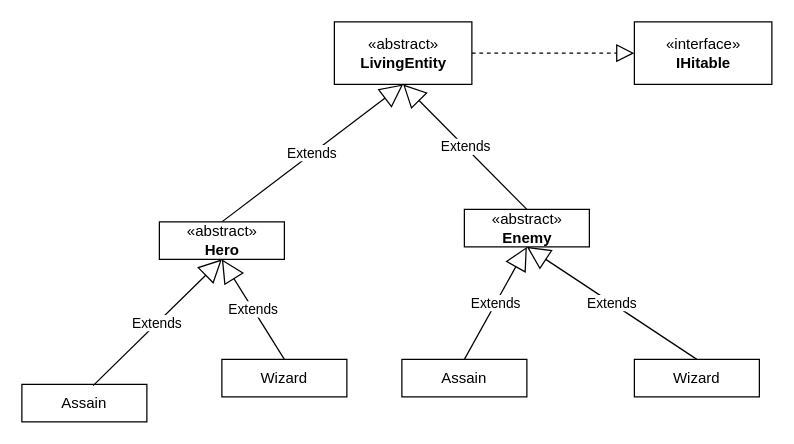
Earlier version of the draw.io diagram page "LivingEntiy" (3 of 5) of KaiGame_01.drawio (HiamKaito/KaiGame_01). Source tidied: cells renumbered, new cells numbered last; positions are measured from the earlier drawing's top-left corner, leaving out a move shared by most shapes. Both pictures are drawn from the tidied source at 125%, with x=0, y=0 at pixel (21, 21).
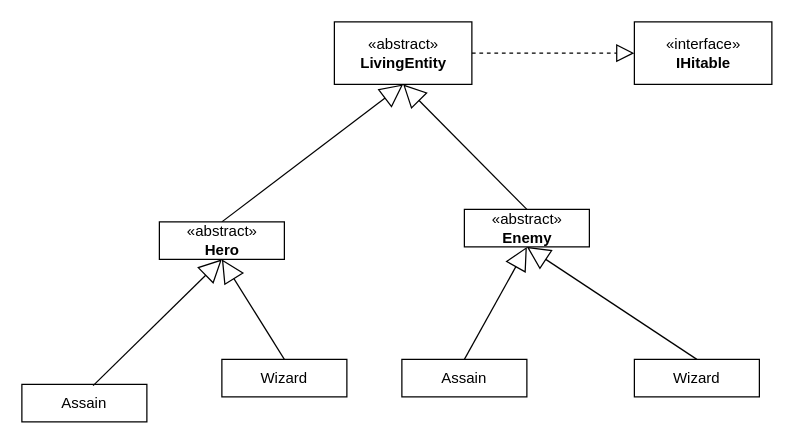
The same diagram, later.

Change to the diagram source:
```diff
@@
 <mxGraphModel>
   <root>
     <mxCell id="0" />
     <mxCell id="1" parent="0" />
-    <mxCell id="2" value="Extends" style="endArrow=block;endSize=16;endFill=0;html=1;exitX=0.5;exitY=0;exitDx=0;exitDy=0;entryX=0.5;entryY=1;entryDx=0;entryDy=0;" parent="1" edge="1" source="15" target="14">
+    <mxCell id="2" style="endArrow=block;endSize=16;endFill=0;html=1;exitX=0.5;exitY=0;exitDx=0;exitDy=0;entryX=0.5;entryY=1;entryDx=0;entryDy=0;" parent="1" edge="1" source="15" target="14">
       <mxGeometry relative="1" as="geometry" />
     </mxCell>
-    <mxCell id="3" value="Extends" style="endArrow=block;endSize=16;endFill=0;html=1;exitX=0.5;exitY=0;exitDx=0;exitDy=0;entryX=0.5;entryY=1;entryDx=0;entryDy=0;" parent="1" edge="1" source="16" target="14">
+    <mxCell id="3" style="endArrow=block;endSize=16;endFill=0;html=1;exitX=0.5;exitY=0;exitDx=0;exitDy=0;entryX=0.5;entryY=1;entryDx=0;entryDy=0;" parent="1" edge="1" source="16" target="14">
       <mxGeometry relative="1" as="geometry" />
     </mxCell>
     <mxCell id="4" style="endArrow=block;dashed=1;endFill=0;endSize=12;html=1;exitX=1;exitY=0.5;exitDx=0;exitDy=0;entryX=0;entryY=0.5;entryDx=0;entryDy=0;" parent="1" edge="1" source="14" target="13">
       <mxGeometry relative="1" as="geometry" />
     </mxCell>
     <mxCell id="5" value="Assain" style="rounded=0;whiteSpace=wrap;html=1;" parent="1" vertex="1">
       <mxGeometry y="290" width="100" height="30" as="geometry" />
     </mxCell>
     <mxCell id="6" value="Wizard" style="rounded=0;whiteSpace=wrap;html=1;" parent="1" vertex="1">
       <mxGeometry x="160" y="270" width="100" height="30" as="geometry" />
     </mxCell>
     <mxCell id="7" value="Assain" style="rounded=0;whiteSpace=wrap;html=1;" parent="1" vertex="1">
       <mxGeometry x="304" y="270" width="100" height="30" as="geometry" />
     </mxCell>
     <mxCell id="8" value="Wizard" style="rounded=0;whiteSpace=wrap;html=1;" parent="1" vertex="1">
       <mxGeometry x="490" y="270" width="100" height="30" as="geometry" />
     </mxCell>
-    <mxCell id="9" value="Extends" style="endArrow=block;endSize=16;endFill=0;html=1;exitX=0.57;exitY=0.033;exitDx=0;exitDy=0;exitPerimeter=0;entryX=0.5;entryY=1;entryDx=0;entryDy=0;" parent="1" edge="1" source="5" target="15">
+    <mxCell id="9" style="endArrow=block;endSize=16;endFill=0;html=1;exitX=0.57;exitY=0.033;exitDx=0;exitDy=0;exitPerimeter=0;entryX=0.5;entryY=1;entryDx=0;entryDy=0;" parent="1" edge="1" source="5" target="15">
       <mxGeometry relative="1" as="geometry" />
     </mxCell>
-    <mxCell id="10" value="Extends" style="endArrow=block;endSize=16;endFill=0;html=1;exitX=0.5;exitY=0;exitDx=0;exitDy=0;entryX=0.5;entryY=1;entryDx=0;entryDy=0;" parent="1" edge="1" source="6" target="15">
+    <mxCell id="10" style="endArrow=block;endSize=16;endFill=0;html=1;exitX=0.5;exitY=0;exitDx=0;exitDy=0;entryX=0.5;entryY=1;entryDx=0;entryDy=0;" parent="1" edge="1" source="6" target="15">
       <mxGeometry relative="1" as="geometry" />
     </mxCell>
-    <mxCell id="11" value="Extends" style="endArrow=block;endSize=16;endFill=0;html=1;exitX=0.5;exitY=0;exitDx=0;exitDy=0;entryX=0.5;entryY=1;entryDx=0;entryDy=0;" parent="1" edge="1" source="7" target="16">
+    <mxCell id="11" style="endArrow=block;endSize=16;endFill=0;html=1;exitX=0.5;exitY=0;exitDx=0;exitDy=0;entryX=0.5;entryY=1;entryDx=0;entryDy=0;" parent="1" edge="1" source="7" target="16">
       <mxGeometry relative="1" as="geometry" />
     </mxCell>
-    <mxCell id="12" value="Extends" style="endArrow=block;endSize=16;endFill=0;html=1;exitX=0.5;exitY=0;exitDx=0;exitDy=0;entryX=0.5;entryY=1;entryDx=0;entryDy=0;" parent="1" edge="1" source="8" target="16">
-      <mxGeometry relative="1" as="geometry" />
+    <mxCell id="12" style="endArrow=block;endSize=16;endFill=0;html=1;exitX=0.5;exitY=0;exitDx=0;exitDy=0;entryX=0.5;entryY=1;entryDx=0;entryDy=0;" parent="1" edge="1" source="8" target="16">
+      <mxGeometry x="0.09" y="11" relative="1" as="geometry" />
     </mxCell>
     <mxCell id="13" value="«interface»&lt;br&gt;&lt;b&gt;IHitable&lt;/b&gt;" style="html=1;" parent="1" vertex="1">
       <mxGeometry x="490" width="110" height="50" as="geometry" />
     </mxCell>
     <mxCell id="14" value="«abstract»&lt;br&gt;&lt;b&gt;LivingEntity&lt;/b&gt;" style="html=1;" parent="1" vertex="1">
       <mxGeometry x="250" width="110" height="50" as="geometry" />
     </mxCell>
     <mxCell id="15" value="«abstract»&lt;br&gt;&lt;b&gt;Hero&lt;/b&gt;" style="html=1;" parent="1" vertex="1">
       <mxGeometry x="110" y="160" width="100" height="30" as="geometry" />
     </mxCell>
     <mxCell id="16" value="«abstract»&lt;br&gt;&lt;b&gt;Enemy&lt;/b&gt;" style="html=1;" parent="1" vertex="1">
       <mxGeometry x="354" y="150" width="100" height="30" as="geometry" />
     </mxCell>
   </root>
 </mxGraphModel>
```
